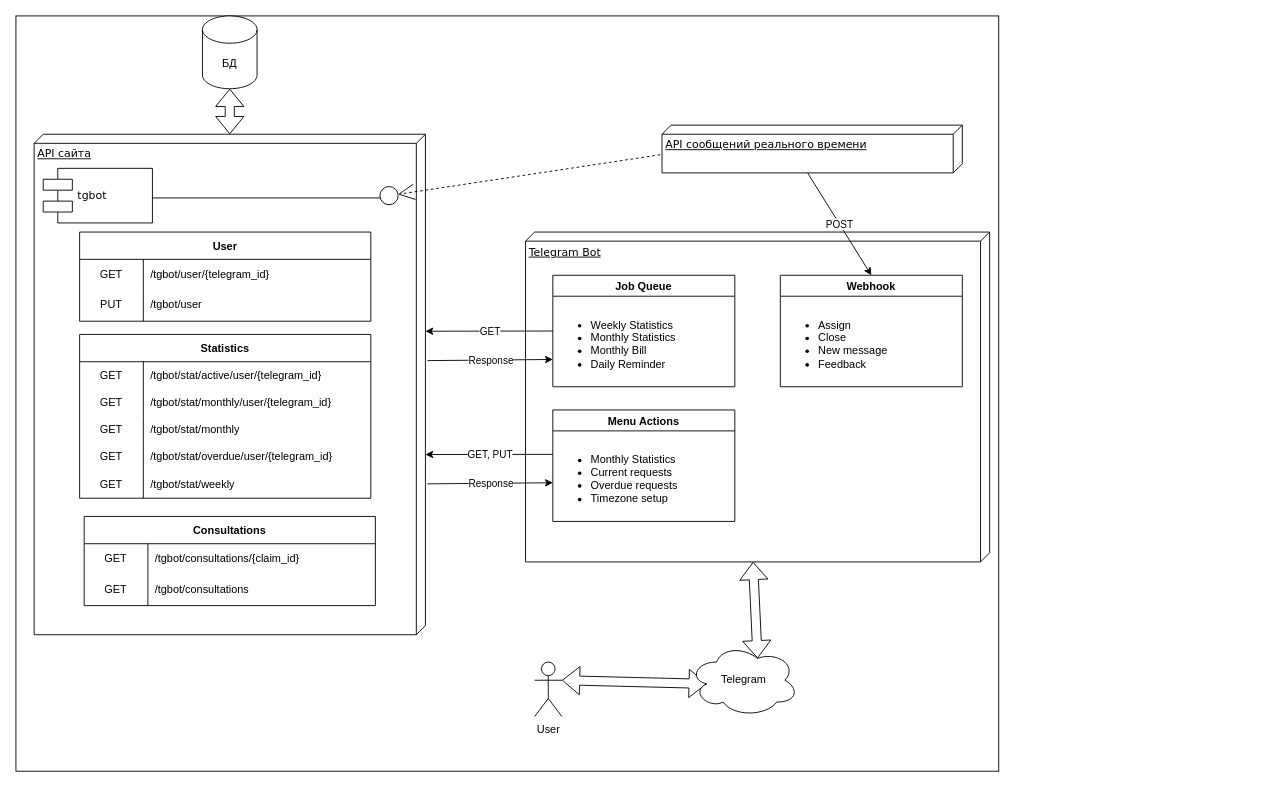
Before: src/docs/bot_architecture.drawio in Studio-Yandex-Practicum/ask_nenaprasno_bot, a draw.io diagram. Source tidied: cells renumbered, new cells numbered last; positions are measured from the earlier drawing's top-left corner, leaving out a move shared by most shapes. Both pictures are drawn from the tidied source at 91%, with x=0, y=0 at pixel (15, 15).
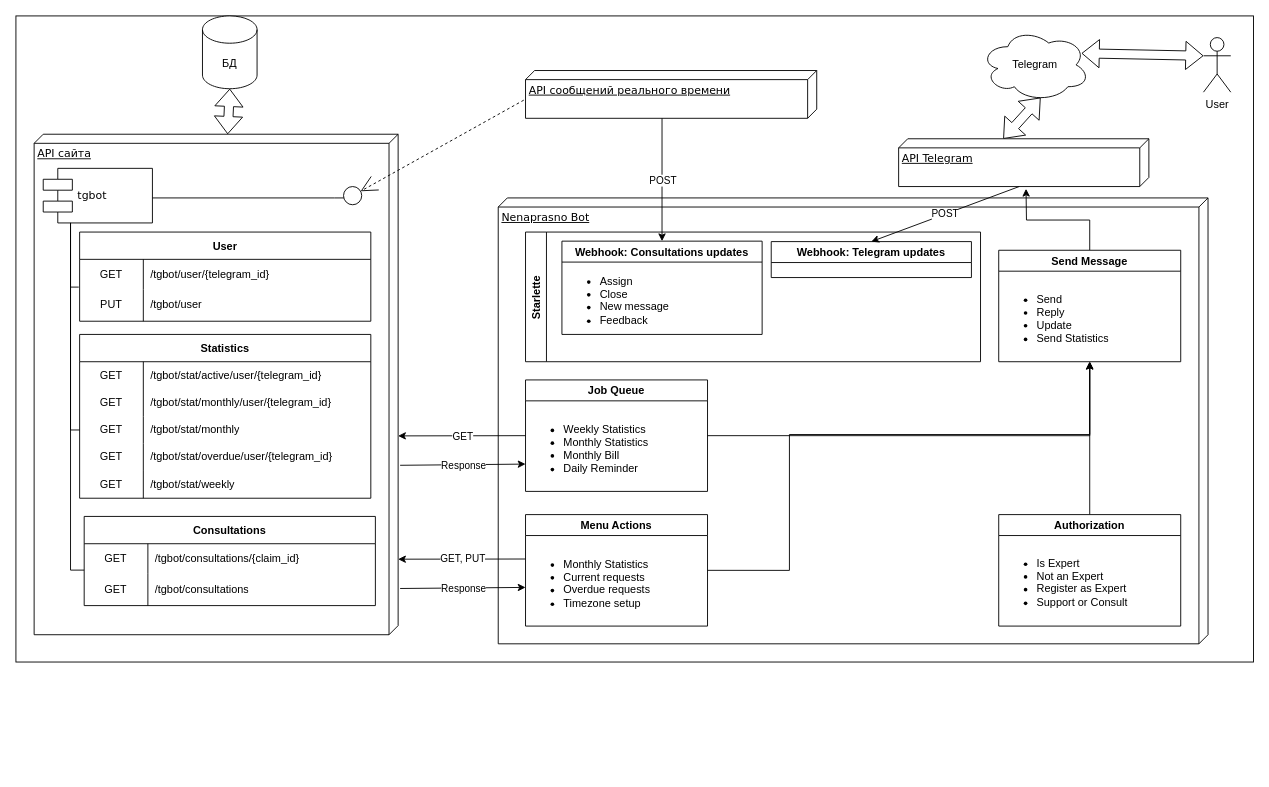
Above is the later version.

The change refers to these unchanged cells:
```xml
<mxCell id="6" value="tgbot" style="shape=component;align=left;spacingLeft=36;rounded=0;shadow=0;comic=0;labelBackgroundColor=none;strokeWidth=1;fontFamily=Verdana;fontSize=12;html=1;" parent="1" vertex="1">
  <mxGeometry x="30" y="167.5" width="120" height="60" as="geometry" />
</mxCell>
<mxCell id="12" style="shape=tableRow;horizontal=0;startSize=0;swimlaneHead=0;swimlaneBody=0;top=0;left=0;bottom=0;right=0;fillColor=none;points=[[0,0.5],[1,0.5]];portConstraint=eastwest;" parent="11" vertex="1">
  <mxGeometry y="30" width="320" height="33" as="geometry" />
</mxCell>
<mxCell id="27" style="shape=tableRow;horizontal=0;startSize=0;swimlaneHead=0;swimlaneBody=0;top=0;left=0;bottom=0;right=0;fillColor=none;points=[[0,0.5],[1,0.5]];portConstraint=eastwest;" parent="20" vertex="1">
  <mxGeometry y="90" width="320" height="30" as="geometry" />
</mxCell>
<mxCell id="37" style="shape=tableRow;horizontal=0;startSize=0;swimlaneHead=0;swimlaneBody=0;top=0;left=0;bottom=0;right=0;fillColor=none;points=[[0,0.5],[1,0.5]];portConstraint=eastwest;" parent="36" vertex="1">
  <mxGeometry y="30" width="320" height="33" as="geometry" />
</mxCell>
<mxCell id="48" value="&lt;ul&gt;&lt;li&gt;Weekly Statistics&lt;/li&gt;&lt;li&gt;Monthly Statistics&lt;/li&gt;&lt;li&gt;Monthly Bill&lt;/li&gt;&lt;li&gt;Daily Reminder&lt;/li&gt;&lt;/ul&gt;" style="text;strokeColor=none;fillColor=none;html=1;whiteSpace=wrap;verticalAlign=middle;overflow=hidden;" parent="47" vertex="1">
  <mxGeometry y="32.5" width="180" height="80" as="geometry" />
</mxCell>
```

Diff of the diagram source:
```diff
@@
+    <mxCell id="5" value="Nenaprasno Bot" style="verticalAlign=top;align=left;spacingTop=8;spacingLeft=2;spacingRight=12;shape=cube;size=10;direction=south;fontStyle=4;html=1;rounded=0;shadow=0;comic=0;labelBackgroundColor=none;strokeWidth=1;fontFamily=Verdana;fontSize=12;" parent="1" vertex="1">
+      <mxGeometry x="530" y="200" width="780" height="490" as="geometry" />
+    </mxCell>
-    <mxCell id="2" style="rounded=0;whiteSpace=wrap;html=1;strokeOpacity=100;fillOpacity=0;" parent="1" vertex="1">
-      <mxGeometry width="1080" height="830" as="geometry" />
+    <mxCell id="2" style="rounded=0;whiteSpace=wrap;html=1;strokeOpacity=100;fillOpacity=0;fillColor=default;" parent="1" vertex="1">
+      <mxGeometry width="1360" height="710" as="geometry" />
     </mxCell>
     <mxCell id="3" value="API сайта" style="verticalAlign=top;align=left;spacingTop=8;spacingLeft=2;spacingRight=12;shape=cube;size=10;direction=south;fontStyle=4;html=1;rounded=0;shadow=0;comic=0;labelBackgroundColor=none;strokeWidth=1;fontFamily=Verdana;fontSize=12;" parent="1" vertex="1">
-      <mxGeometry x="20" y="130" width="430" height="550" as="geometry" />
+      <mxGeometry x="20" y="130" width="400" height="550" as="geometry" />
     </mxCell>
     <mxCell id="4" value="API сообщений реального времени" style="verticalAlign=top;align=left;spacingTop=8;spacingLeft=2;spacingRight=12;shape=cube;size=10;direction=south;fontStyle=4;html=1;rounded=0;shadow=0;comic=0;labelBackgroundColor=none;strokeWidth=1;fontFamily=Verdana;fontSize=12;" parent="1" vertex="1">
-      <mxGeometry x="710" y="120" width="330" height="52.5" as="geometry" />
+      <mxGeometry x="560" y="60" width="320" height="52.5" as="geometry" />
     </mxCell>
-    <mxCell id="5" value="Telegram Bot" style="verticalAlign=top;align=left;spacingTop=8;spacingLeft=2;spacingRight=12;shape=cube;size=10;direction=south;fontStyle=4;html=1;rounded=0;shadow=0;comic=0;labelBackgroundColor=none;strokeWidth=1;fontFamily=Verdana;fontSize=12;" parent="1" vertex="1">
-      <mxGeometry x="560" y="237.5" width="510" height="362.5" as="geometry" />
-    </mxCell>
@@
     <mxCell id="7" style="ellipse;whiteSpace=wrap;html=1;rounded=0;shadow=0;comic=0;labelBackgroundColor=none;strokeWidth=1;fontFamily=Verdana;fontSize=12;align=center;" parent="1" vertex="1">
-      <mxGeometry x="400" y="187.5" width="20" height="20" as="geometry" />
+      <mxGeometry x="360" y="187.5" width="20" height="20" as="geometry" />
     </mxCell>
@@
     <mxCell id="43" style="endArrow=classic;html=1;rounded=0;exitX=0;exitY=0.5;exitDx=0;exitDy=0;" parent="1" edge="1" source="47">
       <mxGeometry relative="1" as="geometry">
-        <mxPoint x="450" y="346.5" as="targetPoint" />
+        <mxPoint x="420" y="461.5" as="targetPoint" />
       </mxGeometry>
     </mxCell>
@@
     <mxCell id="45" style="endArrow=classic;html=1;rounded=0;exitX=0.275;exitY=-0.005;exitDx=0;exitDy=0;exitPerimeter=0;entryX=0;entryY=0.75;entryDx=0;entryDy=0;" parent="1" edge="1" target="48">
       <mxGeometry relative="1" as="geometry">
-        <mxPoint x="452.2" y="378.8" as="sourcePoint" />
+        <mxPoint x="422.2" y="493.8" as="sourcePoint" />
       </mxGeometry>
     </mxCell>
@@
+    <mxCell id="63" style="edgeStyle=orthogonalEdgeStyle;rounded=0;jettySize=auto;html=1;exitX=1;exitY=0.5;exitDx=0;exitDy=0;entryX=0.5;entryY=1;entryDx=0;entryDy=0;" parent="1" edge="1" source="47" target="66">
+      <mxGeometry relative="1" as="geometry" />
+    </mxCell>
     <mxCell id="47" value="Job Queue" style="swimlane;" parent="1" vertex="1">
-      <mxGeometry x="590" y="285" width="200" height="122.5" as="geometry" />
+      <mxGeometry x="560" y="400" width="200" height="122.5" as="geometry" />
     </mxCell>
@@
     <mxCell id="49" style="endArrow=classic;html=1;rounded=0;exitX=0;exitY=0.5;exitDx=0;exitDy=0;" parent="1" edge="1">
       <mxGeometry relative="1" as="geometry">
-        <mxPoint x="590" y="481.8" as="sourcePoint" />
-        <mxPoint x="450" y="482" as="targetPoint" />
+        <mxPoint x="560" y="596.8" as="sourcePoint" />
+        <mxPoint x="420" y="597" as="targetPoint" />
       </mxGeometry>
     </mxCell>
@@
     <mxCell id="51" style="endArrow=classic;html=1;rounded=0;exitX=0.275;exitY=-0.005;exitDx=0;exitDy=0;exitPerimeter=0;entryX=0;entryY=0.75;entryDx=0;entryDy=0;" parent="1" edge="1">
       <mxGeometry relative="1" as="geometry">
-        <mxPoint x="452.2" y="514.2" as="sourcePoint" />
-        <mxPoint x="590" y="513" as="targetPoint" />
+        <mxPoint x="422.2" y="629.2" as="sourcePoint" />
+        <mxPoint x="560" y="628" as="targetPoint" />
       </mxGeometry>
     </mxCell>
@@
     <mxCell id="53" value="Menu Actions" style="swimlane;" parent="1" vertex="1">
-      <mxGeometry x="590" y="433" width="200" height="122.5" as="geometry" />
+      <mxGeometry x="560" y="548" width="200" height="122.5" as="geometry" />
     </mxCell>
@@
-    <mxCell id="55" value="Webhook" style="swimlane;" parent="1" vertex="1">
-      <mxGeometry x="840" y="285" width="200" height="122.5" as="geometry" />
+    <mxCell id="55" value="Webhook: Consultations updates" style="swimlane;" parent="1" vertex="1">
+      <mxGeometry x="600" y="247.5" width="220" height="102.5" as="geometry" />
     </mxCell>
-    <mxCell id="56" value="&lt;ul&gt;&lt;li&gt;Assign&lt;/li&gt;&lt;li&gt;Close&lt;/li&gt;&lt;li&gt;New message&lt;/li&gt;&lt;li&gt;Feedback&lt;/li&gt;&lt;/ul&gt;" style="text;strokeColor=none;fillColor=none;html=1;whiteSpace=wrap;verticalAlign=middle;overflow=hidden;" parent="55" vertex="1">
-      <mxGeometry y="32.5" width="180" height="80" as="geometry" />
-    </mxCell>
@@
+    <mxCell id="64" style="edgeStyle=orthogonalEdgeStyle;rounded=0;jettySize=auto;html=1;exitX=1;exitY=0.5;exitDx=0;exitDy=0;entryX=0.5;entryY=1;entryDx=0;entryDy=0;" parent="1" edge="1" source="53" target="66">
+      <mxGeometry relative="1" as="geometry">
+        <Array as="points">
+          <mxPoint x="850" y="609" />
+          <mxPoint x="850" y="460" />
+          <mxPoint x="1180" y="460" />
+        </Array>
+      </mxGeometry>
+    </mxCell>
+    <mxCell id="65" style="edgeStyle=orthogonalEdgeStyle;rounded=0;jettySize=auto;html=1;exitX=0.5;exitY=0;exitDx=0;exitDy=0;" parent="1" edge="1" source="66">
+      <mxGeometry relative="1" as="geometry">
+        <mxPoint x="1110" y="190" as="targetPoint" />
+      </mxGeometry>
+    </mxCell>
+    <mxCell id="66" value="Send Message" style="swimlane;" parent="1" vertex="1">
+      <mxGeometry x="1080" y="257.5" width="200" height="122.5" as="geometry" />
+    </mxCell>
+    <mxCell id="67" value="&lt;ul&gt;&lt;li&gt;Send&lt;/li&gt;&lt;li&gt;Reply&lt;/li&gt;&lt;li&gt;Update&lt;/li&gt;&lt;li&gt;Send Statistics&lt;/li&gt;&lt;/ul&gt;" style="text;strokeColor=none;fillColor=none;html=1;whiteSpace=wrap;verticalAlign=middle;overflow=hidden;" parent="66" vertex="1">
+      <mxGeometry y="32.5" width="180" height="80" as="geometry" />
+    </mxCell>
+    <mxCell id="68" style="endArrow=none;html=1;rounded=0;exitX=-0.003;exitY=0.924;exitDx=0;exitDy=0;exitPerimeter=0;" parent="1" edge="1" source="12">
+      <mxGeometry relative="1" as="geometry">
+        <mxPoint x="60" y="227.5" as="targetPoint" />
+        <Array as="points">
+          <mxPoint x="60" y="298" />
+        </Array>
+      </mxGeometry>
+    </mxCell>
+    <mxCell id="69" style="endArrow=none;html=1;rounded=0;entryX=0.25;entryY=1;entryDx=0;entryDy=0;exitX=0;exitY=0.5;exitDx=0;exitDy=0;" parent="1" edge="1" source="27" target="6">
+      <mxGeometry relative="1" as="geometry">
+        <Array as="points">
+          <mxPoint x="60" y="455" />
+        </Array>
+      </mxGeometry>
+    </mxCell>
+    <mxCell id="70" style="endArrow=none;html=1;rounded=0;exitX=0.25;exitY=1;exitDx=0;exitDy=0;entryX=0;entryY=0.879;entryDx=0;entryDy=0;entryPerimeter=0;" parent="1" edge="1" source="6" target="37">
+      <mxGeometry relative="1" as="geometry">
+        <Array as="points">
+          <mxPoint x="60" y="609" />
+        </Array>
+      </mxGeometry>
+    </mxCell>
+    <mxCell id="71" value="Starlette" style="swimlane;horizontal=0;fillColor=default;" parent="1" vertex="1">
+      <mxGeometry x="560" y="237.5" width="500" height="142.5" as="geometry" />
+    </mxCell>
+    <mxCell id="72" value="Webhook: Telegram updates" style="swimlane;" parent="71" vertex="1">
+      <mxGeometry x="270" y="10.5" width="220" height="39.5" as="geometry" />
+    </mxCell>
+    <mxCell id="56" value="&lt;ul&gt;&lt;li&gt;Assign&lt;/li&gt;&lt;li&gt;Close&lt;/li&gt;&lt;li&gt;New message&lt;/li&gt;&lt;li&gt;Feedback&lt;/li&gt;&lt;/ul&gt;" style="text;strokeColor=none;fillColor=none;html=1;whiteSpace=wrap;verticalAlign=middle;overflow=hidden;" parent="71" vertex="1">
+      <mxGeometry x="40" y="32.5" width="180" height="80" as="geometry" />
+    </mxCell>
     <mxCell id="59" value="User" style="shape=umlActor;verticalLabelPosition=bottom;verticalAlign=top;html=1;outlineConnect=0;" parent="1" vertex="1">
-      <mxGeometry x="570" y="710" width="30" height="60" as="geometry" />
+      <mxGeometry x="1305" y="23.8" width="30" height="60" as="geometry" />
     </mxCell>
-    <mxCell id="60" style="shape=flexArrow;endArrow=classic;startArrow=classic;html=1;rounded=0;exitX=1;exitY=0.3333333333333333;exitDx=0;exitDy=0;exitPerimeter=0;entryX=0.16;entryY=0.55;entryDx=0;entryDy=0;entryPerimeter=0;" parent="1" edge="1" source="59" target="61">
+    <mxCell id="60" style="shape=flexArrow;endArrow=classic;startArrow=classic;html=1;rounded=0;exitX=0;exitY=0.3333333333333333;exitDx=0;exitDy=0;exitPerimeter=0;entryX=0.925;entryY=0.341;entryDx=0;entryDy=0;entryPerimeter=0;" parent="1" edge="1" source="59" target="61">
       <mxGeometry relative="1" as="geometry" />
     </mxCell>
     <mxCell id="61" value="Telegram" style="ellipse;shape=cloud;whiteSpace=wrap;html=1;" parent="1" vertex="1">
-      <mxGeometry x="740" y="690" width="120" height="80" as="geometry" />
+      <mxGeometry x="1060" y="13.8" width="120" height="80" as="geometry" />
     </mxCell>
-    <mxCell id="62" style="shape=flexArrow;endArrow=classic;startArrow=classic;html=1;rounded=0;entryX=0;entryY=0;entryDx=362.5;entryDy=260;entryPerimeter=0;exitX=0.625;exitY=0.2;exitDx=0;exitDy=0;exitPerimeter=0;" parent="1" edge="1" source="61" target="5">
+    <mxCell id="62" style="shape=flexArrow;endArrow=classic;startArrow=classic;html=1;rounded=0;entryX=0;entryY=0;entryDx=0;entryDy=160;entryPerimeter=0;exitX=0.55;exitY=0.95;exitDx=0;exitDy=0;exitPerimeter=0;" parent="1" edge="1" source="61" target="73">
       <mxGeometry relative="1" as="geometry" />
     </mxCell>
+    <mxCell id="73" value="API Telegram" style="verticalAlign=top;align=left;spacingTop=8;spacingLeft=2;spacingRight=12;shape=cube;size=10;direction=south;fontStyle=4;html=1;rounded=0;shadow=0;comic=0;labelBackgroundColor=none;strokeWidth=1;fontFamily=Verdana;fontSize=12;" parent="1" vertex="1">
+      <mxGeometry x="970" y="135" width="275" height="52.5" as="geometry" />
+    </mxCell>
+    <mxCell id="74" style="endArrow=classic;html=1;rounded=0;exitX=0;exitY=0;exitDx=52.5;exitDy=142.5;exitPerimeter=0;entryX=0.5;entryY=0;entryDx=0;entryDy=0;" parent="1" edge="1" source="73" target="72">
+      <mxGeometry relative="1" as="geometry" />
+    </mxCell>
+    <mxCell id="75" value="POST" style="edgeLabel;html=1;align=center;verticalAlign=middle;" parent="74" vertex="1">
+      <mxGeometry relative="1" as="geometry" />
+    </mxCell>
+    <mxCell id="76" style="edgeStyle=orthogonalEdgeStyle;rounded=0;jettySize=auto;html=1;exitX=0.5;exitY=0;exitDx=0;exitDy=0;entryX=0.5;entryY=1;entryDx=0;entryDy=0;" parent="1" edge="1" source="77" target="66">
+      <mxGeometry relative="1" as="geometry" />
+    </mxCell>
+    <mxCell id="77" value="Authorization" style="swimlane;" parent="1" vertex="1">
+      <mxGeometry x="1080" y="548" width="200" height="122.5" as="geometry" />
+    </mxCell>
+    <mxCell id="78" value="&lt;ul&gt;&lt;li&gt;Is Expert&lt;/li&gt;&lt;li&gt;Not an Expert&lt;/li&gt;&lt;li&gt;Register as Expert&lt;/li&gt;&lt;li&gt;Support or Consult&lt;/li&gt;&lt;/ul&gt;" style="text;strokeColor=none;fillColor=none;html=1;whiteSpace=wrap;verticalAlign=middle;overflow=hidden;" parent="1" vertex="1">
+      <mxGeometry x="1080" y="580" width="180" height="80" as="geometry" />
+    </mxCell>
```
